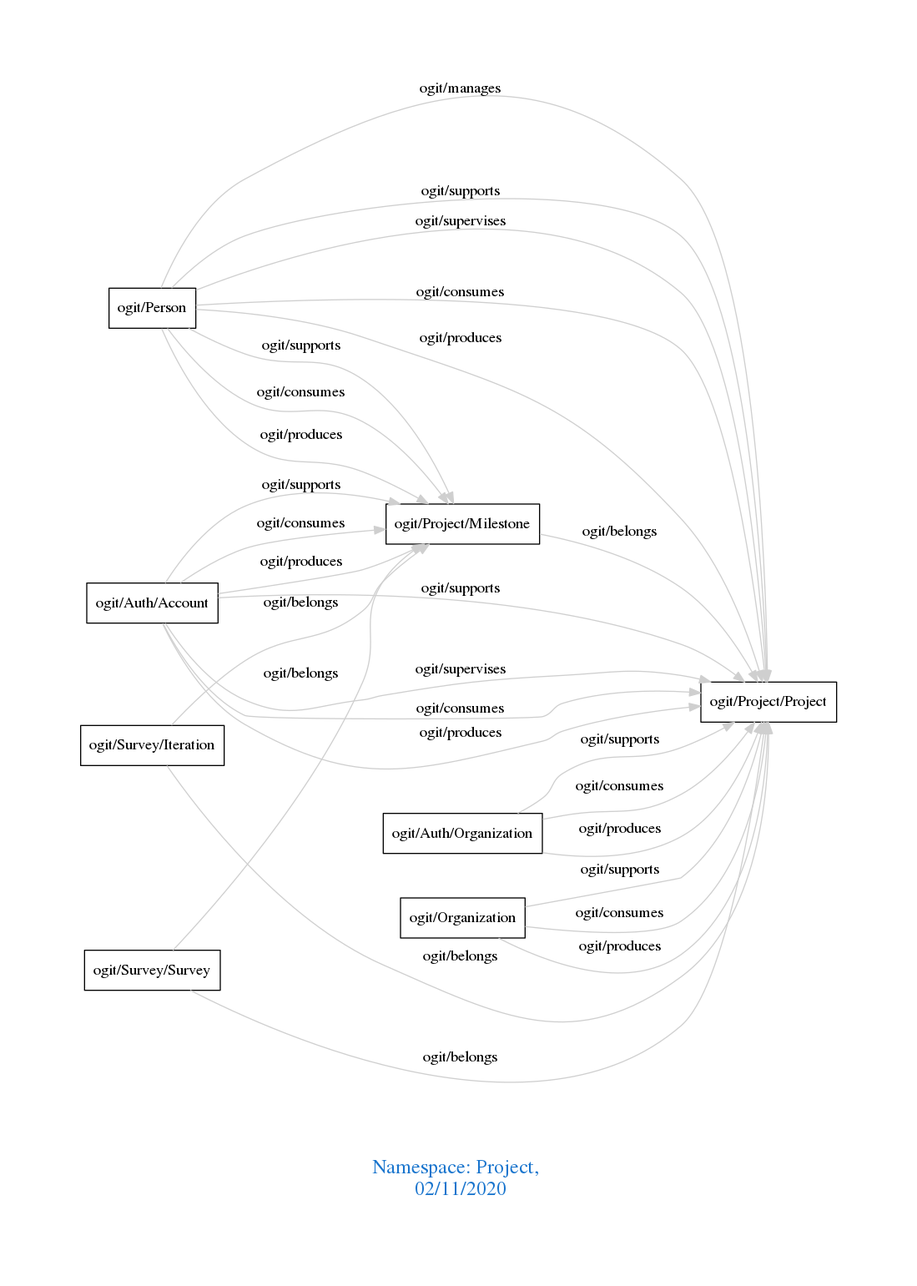
arago/OGIT keeps this Graphviz diagram as downloads/Project.png. Above is the earlier version. Its source is kept beside it as downloads/Project.dot.
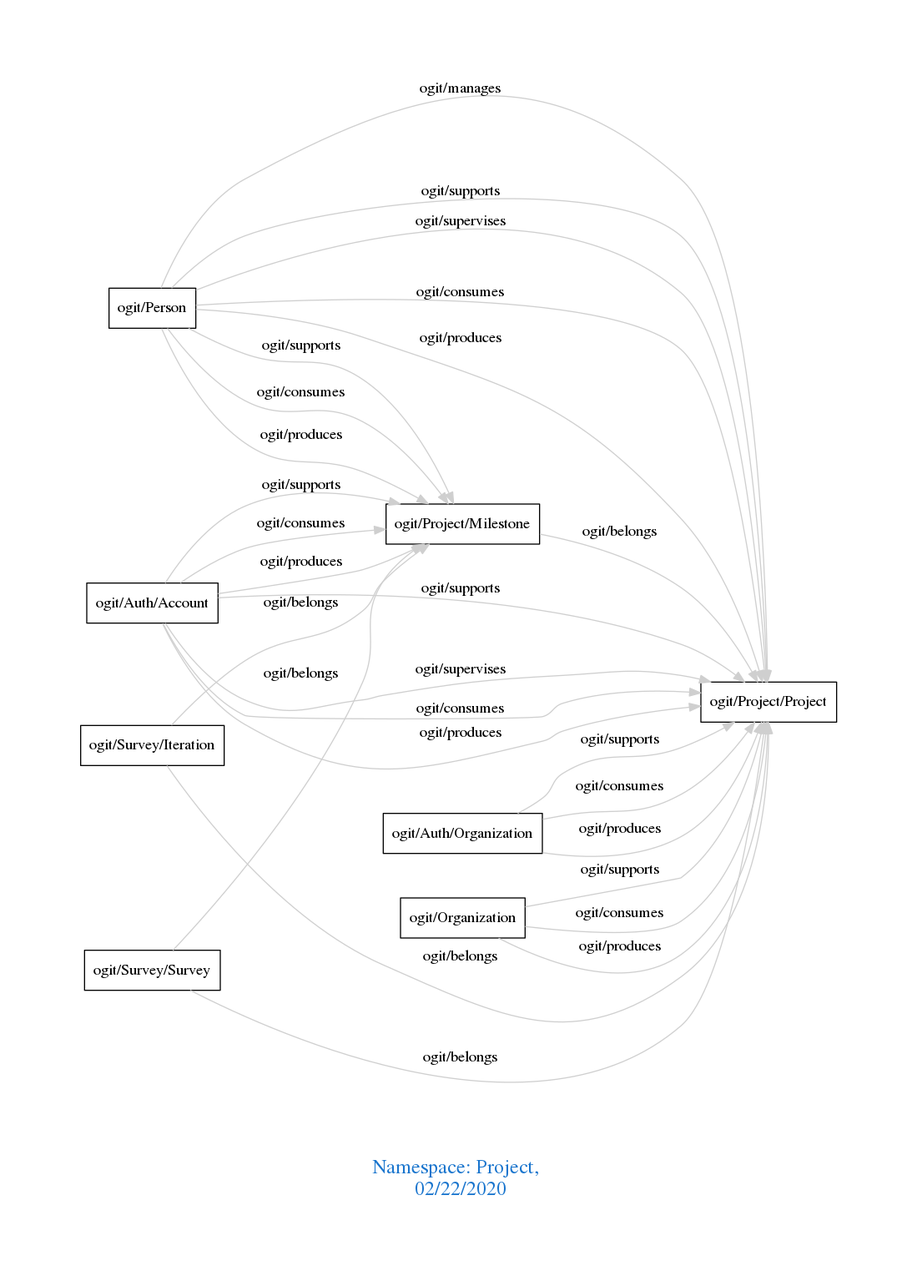
Later version of the same file.

Change to the diagram source:
```diff
@@ -1,7 +1,7 @@
 digraph OGIT_ontology {
  graph [ rankdir= LR,pad=1
 fontsize = 18,
-fontcolor= dodgerblue3,label = "\n\n\nNamespace: Project, \n 02/11/2020"];
+fontcolor= dodgerblue3,label = "\n\n\nNamespace: Project, \n 02/22/2020"];
 node[shape=polygon];
 edge [  color="gray81"];
 
```
